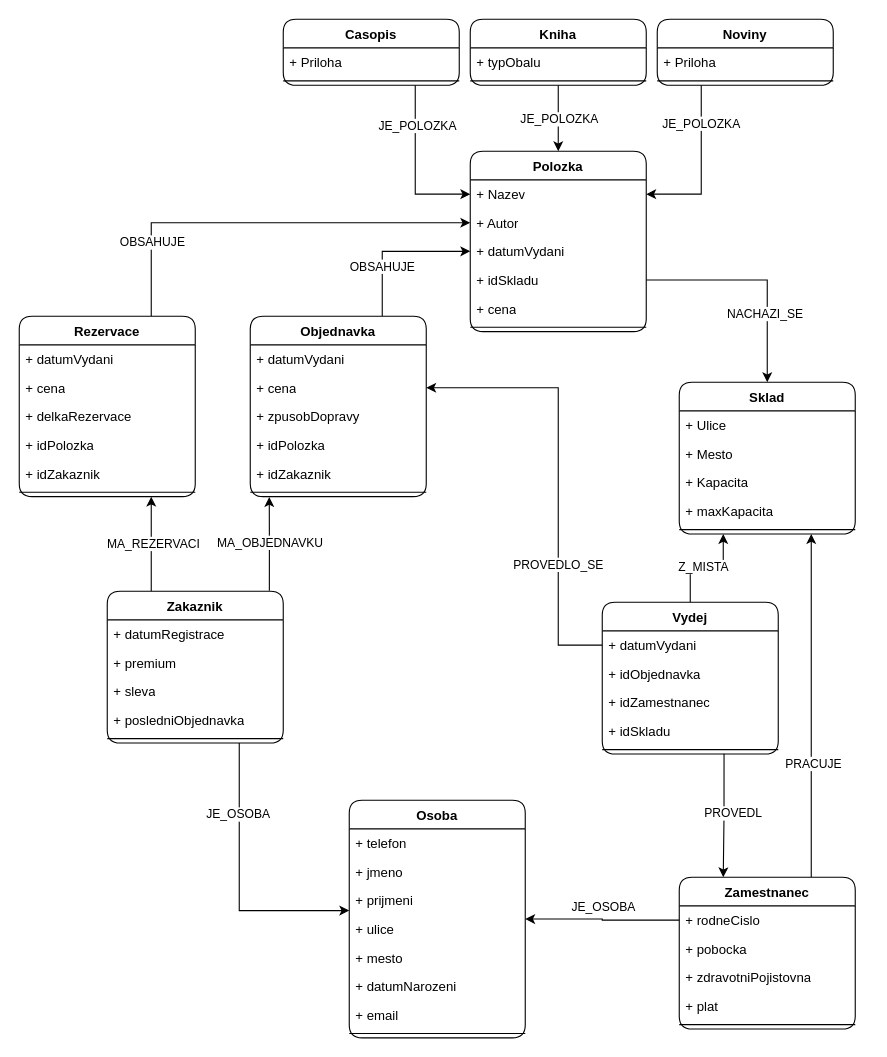
martez10/antikvariat keeps this draw.io diagram as antikvariat_graph.drawio. Above is the earlier version. Source tidied: cells renumbered, new cells numbered last; positions are measured from the earlier drawing's top-left corner, leaving out a move shared by most shapes. Both pictures are drawn from the tidied source at 110%, with x=0, y=0 at pixel (19, 19).
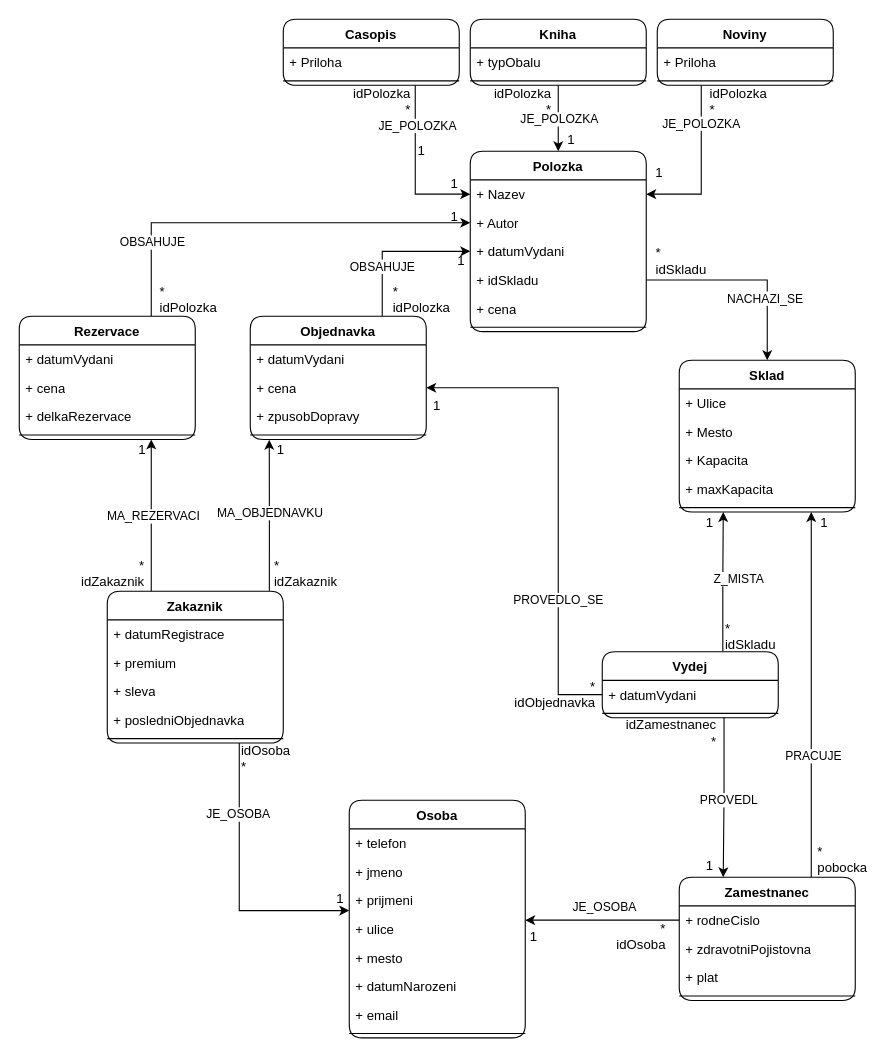
The same page after the edit.

Unchanged cells that the change refers to:
```xml
<mxCell id="2" value="Osoba" style="swimlane;fontStyle=1;align=center;verticalAlign=top;horizontal=1;startSize=26;whiteSpace=wrap;html=1;rounded=1;" parent="1" vertex="1">
  <mxGeometry x="300" y="710" width="160" height="216" as="geometry" />
</mxCell>
<mxCell id="28" value="+ cena" style="text;strokeColor=none;fillColor=none;align=left;verticalAlign=top;spacingLeft=4;spacingRight=4;overflow=hidden;points=[[0,0.5],[1,0.5]];portConstraint=eastwest;whiteSpace=wrap;html=1;" parent="26" vertex="1">
  <mxGeometry y="52" width="160" height="26" as="geometry" />
</mxCell>
<mxCell id="46" value="+ datumVydani" style="text;strokeColor=none;fillColor=none;align=left;verticalAlign=top;spacingLeft=4;spacingRight=4;overflow=hidden;points=[[0,0.5],[1,0.5]];portConstraint=eastwest;whiteSpace=wrap;html=1;" parent="45" vertex="1">
  <mxGeometry y="26" width="160" height="26" as="geometry" />
</mxCell>
```

Diff of the diagram source:
```diff
@@
     <mxCell id="18" value="Sklad" style="swimlane;fontStyle=1;align=center;verticalAlign=top;horizontal=1;startSize=26;whiteSpace=wrap;html=1;rounded=1;" parent="1" vertex="1">
-      <mxGeometry x="600" y="330" width="160" height="138" as="geometry" />
+      <mxGeometry x="600" y="310" width="160" height="138" as="geometry" />
     </mxCell>
@@
     <mxCell id="26" value="Objednavka" style="swimlane;fontStyle=1;align=center;verticalAlign=top;horizontal=1;startSize=26;whiteSpace=wrap;html=1;rounded=1;" parent="1" vertex="1">
-      <mxGeometry x="210" y="270" width="160" height="164" as="geometry" />
+      <mxGeometry x="210" y="270" width="160" height="112" as="geometry" />
     </mxCell>
@@
-    <mxCell id="30" value="+ idPolozka" style="text;strokeColor=none;fillColor=none;align=left;verticalAlign=top;spacingLeft=4;spacingRight=4;overflow=hidden;whiteSpace=wrap;html=1;" parent="26" vertex="1">
-      <mxGeometry y="104" width="160" height="26" as="geometry" />
-    </mxCell>
-    <mxCell id="31" value="+ idZakaznik" style="text;strokeColor=none;fillColor=none;align=left;verticalAlign=top;spacingLeft=4;spacingRight=4;overflow=hidden;whiteSpace=wrap;html=1;" parent="26" vertex="1">
-      <mxGeometry y="130" width="160" height="26" as="geometry" />
-    </mxCell>
     <mxCell id="32" style="line;strokeWidth=1;fillColor=none;align=left;verticalAlign=middle;spacingTop=-1;spacingLeft=3;spacingRight=3;labelPosition=right;points=[];portConstraint=eastwest;strokeColor=inherit;" parent="26" vertex="1">
-      <mxGeometry y="156" width="160" height="8" as="geometry" />
+      <mxGeometry y="104" width="160" height="8" as="geometry" />
     </mxCell>
@@
     <mxCell id="34" value="Rezervace" style="swimlane;fontStyle=1;align=center;verticalAlign=top;horizontal=1;startSize=26;whiteSpace=wrap;html=1;rounded=1;" parent="1" vertex="1">
-      <mxGeometry y="270" width="160" height="164" as="geometry" />
+      <mxGeometry y="270" width="160" height="112" as="geometry" />
     </mxCell>
@@
-    <mxCell id="38" value="+ idPolozka" style="text;strokeColor=none;fillColor=none;align=left;verticalAlign=top;spacingLeft=4;spacingRight=4;overflow=hidden;whiteSpace=wrap;html=1;" parent="34" vertex="1">
-      <mxGeometry y="104" width="160" height="26" as="geometry" />
-    </mxCell>
-    <mxCell id="39" value="+ idZakaznik" style="text;strokeColor=none;fillColor=none;align=left;verticalAlign=top;spacingLeft=4;spacingRight=4;overflow=hidden;whiteSpace=wrap;html=1;" parent="34" vertex="1">
-      <mxGeometry y="130" width="160" height="26" as="geometry" />
-    </mxCell>
     <mxCell id="40" style="line;strokeWidth=1;fillColor=none;align=left;verticalAlign=middle;spacingTop=-1;spacingLeft=3;spacingRight=3;labelPosition=right;strokeColor=inherit;" parent="34" vertex="1">
-      <mxGeometry y="156" width="160" height="8" as="geometry" />
+      <mxGeometry y="104" width="160" height="8" as="geometry" />
     </mxCell>
-    <mxCell id="41" style="edgeStyle=orthogonalEdgeStyle;rounded=0;jettySize=auto;html=1;exitX=0.5;exitY=0;exitDx=0;exitDy=0;entryX=0.25;entryY=1;entryDx=0;entryDy=0;" parent="1" edge="1" source="45" target="18">
+    <mxCell id="41" style="edgeStyle=orthogonalEdgeStyle;rounded=0;jettySize=auto;html=1;exitX=0.685;exitY=-0.008;exitDx=0;exitDy=0;entryX=0.25;entryY=1;entryDx=0;entryDy=0;exitPerimeter=0;" parent="1" edge="1" source="45" target="18">
       <mxGeometry relative="1" as="geometry" />
     </mxCell>
     <mxCell id="42" value="Z_MISTA" style="edgeLabel;html=1;align=center;verticalAlign=middle;" parent="41" vertex="1">
       <mxGeometry x="-0.08" y="1" relative="1" as="geometry">
-        <mxPoint y="-1" as="offset" />
+        <mxPoint x="15" y="-8" as="offset" />
       </mxGeometry>
     </mxCell>
@@
     <mxCell id="45" value="Vydej" style="swimlane;fontStyle=1;align=center;verticalAlign=top;horizontal=1;startSize=26;whiteSpace=wrap;html=1;rounded=1;" parent="1" vertex="1">
-      <mxGeometry x="530" y="530" width="160" height="138" as="geometry" />
+      <mxGeometry x="530" y="575" width="160" height="60" as="geometry" />
     </mxCell>
@@
-    <mxCell id="47" value="+ idObjednavka" style="text;strokeColor=none;fillColor=none;align=left;verticalAlign=top;spacingLeft=4;spacingRight=4;overflow=hidden;whiteSpace=wrap;html=1;" parent="45" vertex="1">
-      <mxGeometry y="52" width="160" height="26" as="geometry" />
-    </mxCell>
-    <mxCell id="48" value="+ idZamestnanec" style="text;strokeColor=none;fillColor=none;align=left;verticalAlign=top;spacingLeft=4;spacingRight=4;overflow=hidden;whiteSpace=wrap;html=1;" parent="45" vertex="1">
-      <mxGeometry y="78" width="160" height="26" as="geometry" />
-    </mxCell>
-    <mxCell id="49" value="+ idSkladu" style="text;strokeColor=none;fillColor=none;align=left;verticalAlign=top;spacingLeft=4;spacingRight=4;overflow=hidden;whiteSpace=wrap;html=1;" parent="45" vertex="1">
-      <mxGeometry y="104" width="160" height="26" as="geometry" />
-    </mxCell>
     <mxCell id="50" style="line;strokeWidth=1;fillColor=none;align=left;verticalAlign=middle;spacingTop=-1;spacingLeft=3;spacingRight=3;labelPosition=right;points=[];portConstraint=eastwest;strokeColor=inherit;" parent="45" vertex="1">
-      <mxGeometry y="130" width="160" height="8" as="geometry" />
+      <mxGeometry y="52" width="160" height="8" as="geometry" />
     </mxCell>
@@
     <mxCell id="63" value="Zamestnanec" style="swimlane;fontStyle=1;align=center;verticalAlign=top;horizontal=1;startSize=26;whiteSpace=wrap;html=1;rounded=1;" parent="1" vertex="1">
-      <mxGeometry x="600" y="780" width="160" height="138" as="geometry" />
+      <mxGeometry x="600" y="780" width="160" height="112" as="geometry" />
     </mxCell>
-    <mxCell id="64" value="+ rodneCislo" style="text;strokeColor=none;fillColor=none;align=left;verticalAlign=top;spacingLeft=4;spacingRight=4;overflow=hidden;points=[[0,0.5],[1,0.5]];portConstraint=eastwest;whiteSpace=wrap;html=1;" parent="63" vertex="1">
-      <mxGeometry y="26" width="160" height="26" as="geometry" />
-    </mxCell>
-    <mxCell id="65" value="+ pobocka" style="text;strokeColor=none;fillColor=none;align=left;verticalAlign=top;spacingLeft=4;spacingRight=4;overflow=hidden;points=[[0,0.5],[1,0.5]];portConstraint=eastwest;whiteSpace=wrap;html=1;" parent="63" vertex="1">
-      <mxGeometry y="52" width="160" height="26" as="geometry" />
+    <mxCell id="65" value="+ rodneCislo" style="text;strokeColor=none;fillColor=none;align=left;verticalAlign=top;spacingLeft=4;spacingRight=4;overflow=hidden;points=[[0,0.5],[1,0.5]];portConstraint=eastwest;whiteSpace=wrap;html=1;" parent="63" vertex="1">
+      <mxGeometry y="26" width="160" height="26" as="geometry" />
     </mxCell>
     <mxCell id="66" value="+ zdravotniPojistovna" style="text;strokeColor=none;fillColor=none;align=left;verticalAlign=top;spacingLeft=4;spacingRight=4;overflow=hidden;whiteSpace=wrap;html=1;" parent="63" vertex="1">
-      <mxGeometry y="78" width="160" height="26" as="geometry" />
+      <mxGeometry y="52" width="160" height="26" as="geometry" />
     </mxCell>
     <mxCell id="67" value="+ plat" style="text;strokeColor=none;fillColor=none;align=left;verticalAlign=top;spacingLeft=4;spacingRight=4;overflow=hidden;whiteSpace=wrap;html=1;" parent="63" vertex="1">
-      <mxGeometry y="104" width="160" height="26" as="geometry" />
+      <mxGeometry y="78" width="160" height="26" as="geometry" />
     </mxCell>
     <mxCell id="68" style="line;strokeWidth=1;fillColor=none;align=left;verticalAlign=middle;spacingTop=-1;spacingLeft=3;spacingRight=3;labelPosition=right;strokeColor=inherit;" parent="63" vertex="1">
-      <mxGeometry y="130" width="160" height="8" as="geometry" />
+      <mxGeometry y="104" width="160" height="8" as="geometry" />
     </mxCell>
@@
     <mxCell id="87" style="edgeStyle=orthogonalEdgeStyle;rounded=0;jettySize=auto;html=1;exitX=0;exitY=0.5;exitDx=0;exitDy=0;entryX=1;entryY=0.5;entryDx=0;entryDy=0;" parent="1" edge="1" source="46" target="28">
       <mxGeometry relative="1" as="geometry">
         <Array as="points">
-          <mxPoint x="490" y="569" />
+          <mxPoint x="490" y="614" />
           <mxPoint x="490" y="335" />
         </Array>
       </mxGeometry>
     </mxCell>
@@
-    <mxCell id="89" style="edgeStyle=orthogonalEdgeStyle;rounded=0;jettySize=auto;html=1;exitX=0;exitY=0.5;exitDx=0;exitDy=0;entryX=1;entryY=0.5;entryDx=0;entryDy=0;" parent="1" edge="1" source="64" target="2">
-      <mxGeometry relative="1" as="geometry" />
+    <mxCell id="89" style="edgeStyle=orthogonalEdgeStyle;rounded=0;jettySize=auto;html=1;exitX=0;exitY=0.5;exitDx=0;exitDy=0;" parent="1" edge="1" source="65">
+      <mxGeometry relative="1" as="geometry">
+        <mxPoint x="460" y="819" as="targetPoint" />
+      </mxGeometry>
     </mxCell>
@@
+    <mxCell id="93" value="1" style="text;html=1;strokeColor=none;fillColor=none;align=center;verticalAlign=middle;whiteSpace=wrap;rounded=0;" parent="1" vertex="1">
+      <mxGeometry x="358" y="110" width="16" height="20" as="geometry" />
+    </mxCell>
+    <mxCell id="94" value="1" style="text;html=1;strokeColor=none;fillColor=none;align=center;verticalAlign=middle;whiteSpace=wrap;rounded=0;" parent="1" vertex="1">
+      <mxGeometry x="230" y="382" width="16" height="20" as="geometry" />
+    </mxCell>
+    <mxCell id="95" value="1" style="text;html=1;strokeColor=none;fillColor=none;align=center;verticalAlign=middle;whiteSpace=wrap;rounded=0;" parent="1" vertex="1">
+      <mxGeometry x="104" y="382" width="16" height="20" as="geometry" />
+    </mxCell>
+    <mxCell id="96" value="*&lt;br&gt;idObjednavka" style="text;html=1;strokeColor=none;fillColor=none;align=right;verticalAlign=middle;whiteSpace=wrap;rounded=0;" parent="1" vertex="1">
+      <mxGeometry x="510" y="604" width="16" height="20" as="geometry" />
+    </mxCell>
+    <mxCell id="97" value="&lt;div style=&quot;text-align: left;&quot;&gt;&lt;span style=&quot;background-color: initial;&quot;&gt;*&amp;nbsp;&lt;/span&gt;&lt;/div&gt;idPolozka" style="text;html=1;strokeColor=none;fillColor=none;align=center;verticalAlign=middle;whiteSpace=wrap;rounded=0;" parent="1" vertex="1">
+      <mxGeometry x="348" y="240" width="36" height="30" as="geometry" />
+    </mxCell>
+    <mxCell id="98" value="1" style="text;html=1;strokeColor=none;fillColor=none;align=center;verticalAlign=middle;whiteSpace=wrap;rounded=0;" parent="1" vertex="1">
+      <mxGeometry x="394" y="210" width="16" height="20" as="geometry" />
+    </mxCell>
+    <mxCell id="99" value="idOsoba&lt;br&gt;*" style="text;html=1;strokeColor=none;fillColor=none;align=left;verticalAlign=middle;whiteSpace=wrap;rounded=0;" parent="1" vertex="1">
+      <mxGeometry x="200" y="658" width="16" height="28" as="geometry" />
+    </mxCell>
+    <mxCell id="100" value="*&lt;br&gt;idZakaznik" style="text;html=1;strokeColor=none;fillColor=none;align=right;verticalAlign=middle;whiteSpace=wrap;rounded=0;" parent="1" vertex="1">
+      <mxGeometry x="100" y="490" width="16" height="28" as="geometry" />
+    </mxCell>
+    <mxCell id="101" value="1" style="text;html=1;strokeColor=none;fillColor=none;align=center;verticalAlign=middle;whiteSpace=wrap;rounded=0;" parent="1" vertex="1">
+      <mxGeometry x="372" y="338" width="16" height="28" as="geometry" />
+    </mxCell>
+    <mxCell id="102" value="1" style="text;html=1;strokeColor=none;fillColor=none;align=center;verticalAlign=middle;whiteSpace=wrap;rounded=0;" parent="1" vertex="1">
+      <mxGeometry x="620" y="448" width="16" height="20" as="geometry" />
+    </mxCell>
+    <mxCell id="103" value="1" style="text;html=1;strokeColor=none;fillColor=none;align=center;verticalAlign=middle;whiteSpace=wrap;rounded=0;" parent="1" vertex="1">
+      <mxGeometry x="724" y="448" width="16" height="20" as="geometry" />
+    </mxCell>
+    <mxCell id="104" value="*&lt;br&gt;idSkladu" style="text;html=1;strokeColor=none;fillColor=none;align=left;verticalAlign=middle;whiteSpace=wrap;rounded=0;" parent="1" vertex="1">
+      <mxGeometry x="640" y="547" width="16" height="28" as="geometry" />
+    </mxCell>
+    <mxCell id="105" value="*&lt;br&gt;idOsoba" style="text;html=1;strokeColor=none;fillColor=none;align=right;verticalAlign=middle;whiteSpace=wrap;rounded=0;" parent="1" vertex="1">
+      <mxGeometry x="580" y="820" width="10" height="28" as="geometry" />
+    </mxCell>
+    <mxCell id="106" value="1" style="text;html=1;strokeColor=none;fillColor=none;align=center;verticalAlign=middle;whiteSpace=wrap;rounded=0;" parent="1" vertex="1">
+      <mxGeometry x="460" y="824" width="16" height="20" as="geometry" />
+    </mxCell>
+    <mxCell id="107" value="1" style="text;html=1;strokeColor=none;fillColor=none;align=center;verticalAlign=middle;whiteSpace=wrap;rounded=0;" parent="1" vertex="1">
+      <mxGeometry x="620" y="760" width="16" height="20" as="geometry" />
+    </mxCell>
+    <mxCell id="108" value="idZamestnanec&lt;br&gt;*" style="text;html=1;strokeColor=none;fillColor=none;align=right;verticalAlign=middle;whiteSpace=wrap;rounded=0;" parent="1" vertex="1">
+      <mxGeometry x="620" y="635" width="16" height="28" as="geometry" />
+    </mxCell>
+    <mxCell id="109" value="*&lt;br&gt;pobocka" style="text;html=1;strokeColor=none;fillColor=none;align=left;verticalAlign=middle;whiteSpace=wrap;rounded=0;" parent="1" vertex="1">
+      <mxGeometry x="724" y="750" width="16" height="28" as="geometry" />
+    </mxCell>
+    <mxCell id="110" value="1" style="text;html=1;strokeColor=none;fillColor=none;align=center;verticalAlign=middle;whiteSpace=wrap;rounded=0;" parent="1" vertex="1">
+      <mxGeometry x="284" y="790" width="16" height="20" as="geometry" />
+    </mxCell>
+    <mxCell id="111" value="1" style="text;html=1;strokeColor=none;fillColor=none;align=center;verticalAlign=middle;whiteSpace=wrap;rounded=0;" parent="1" vertex="1">
+      <mxGeometry x="388" y="170" width="16" height="20" as="geometry" />
+    </mxCell>
+    <mxCell id="112" value="&lt;div style=&quot;text-align: left;&quot;&gt;&lt;span style=&quot;background-color: initial;&quot;&gt;*&amp;nbsp;&lt;/span&gt;&lt;/div&gt;idPolozka" style="text;html=1;strokeColor=none;fillColor=none;align=center;verticalAlign=middle;whiteSpace=wrap;rounded=0;" parent="1" vertex="1">
+      <mxGeometry x="136" y="240" width="36" height="30" as="geometry" />
+    </mxCell>
+    <mxCell id="113" value="&lt;div style=&quot;text-align: left;&quot;&gt;&lt;span style=&quot;background-color: initial;&quot;&gt;*&amp;nbsp;&lt;/span&gt;&lt;/div&gt;idSkladu" style="text;html=1;strokeColor=none;fillColor=none;align=center;verticalAlign=middle;whiteSpace=wrap;rounded=0;" parent="1" vertex="1">
+      <mxGeometry x="584" y="205" width="36" height="30" as="geometry" />
+    </mxCell>
+    <mxCell id="114" value="&lt;div style=&quot;text-align: left;&quot;&gt;&lt;/div&gt;&lt;div style=&quot;text-align: right;&quot;&gt;&lt;span style=&quot;background-color: initial;&quot;&gt;idPolozka&lt;/span&gt;&lt;/div&gt;&lt;div style=&quot;text-align: right;&quot;&gt;&lt;span style=&quot;background-color: initial;&quot;&gt;*&lt;/span&gt;&lt;/div&gt;" style="text;html=1;strokeColor=none;fillColor=none;align=center;verticalAlign=middle;whiteSpace=wrap;rounded=0;" parent="1" vertex="1">
+      <mxGeometry x="312" y="60" width="36" height="30" as="geometry" />
+    </mxCell>
+    <mxCell id="115" value="&lt;div style=&quot;text-align: left;&quot;&gt;&lt;/div&gt;&lt;div style=&quot;text-align: right;&quot;&gt;&lt;span style=&quot;background-color: initial;&quot;&gt;idPolozka&lt;/span&gt;&lt;/div&gt;&lt;div style=&quot;text-align: right;&quot;&gt;&lt;span style=&quot;background-color: initial;&quot;&gt;*&lt;/span&gt;&lt;/div&gt;" style="text;html=1;strokeColor=none;fillColor=none;align=center;verticalAlign=middle;whiteSpace=wrap;rounded=0;" parent="1" vertex="1">
+      <mxGeometry x="440" y="60" width="36" height="30" as="geometry" />
+    </mxCell>
+    <mxCell id="116" value="&lt;div style=&quot;text-align: left;&quot;&gt;&lt;/div&gt;&lt;div style=&quot;text-align: left;&quot;&gt;&lt;span style=&quot;background-color: initial;&quot;&gt;idPolozka&lt;/span&gt;&lt;/div&gt;&lt;div style=&quot;text-align: left;&quot;&gt;&lt;span style=&quot;background-color: initial;&quot;&gt;*&lt;/span&gt;&lt;/div&gt;" style="text;html=1;strokeColor=none;fillColor=none;align=center;verticalAlign=middle;whiteSpace=wrap;rounded=0;" parent="1" vertex="1">
+      <mxGeometry x="636" y="60" width="36" height="30" as="geometry" />
+    </mxCell>
+    <mxCell id="117" value="1" style="text;html=1;strokeColor=none;fillColor=none;align=center;verticalAlign=middle;whiteSpace=wrap;rounded=0;" parent="1" vertex="1">
+      <mxGeometry x="574" y="130" width="16" height="20" as="geometry" />
+    </mxCell>
+    <mxCell id="118" value="1" style="text;html=1;strokeColor=none;fillColor=none;align=center;verticalAlign=middle;whiteSpace=wrap;rounded=0;" parent="1" vertex="1">
+      <mxGeometry x="494" y="100" width="16" height="20" as="geometry" />
+    </mxCell>
+    <mxCell id="119" value="1" style="text;html=1;strokeColor=none;fillColor=none;align=center;verticalAlign=middle;whiteSpace=wrap;rounded=0;" parent="1" vertex="1">
+      <mxGeometry x="388" y="140" width="16" height="20" as="geometry" />
+    </mxCell>
+    <mxCell id="120" value="*&lt;br&gt;idZakaznik" style="text;html=1;strokeColor=none;fillColor=none;align=left;verticalAlign=middle;whiteSpace=wrap;rounded=0;" parent="1" vertex="1">
+      <mxGeometry x="230" y="489" width="60" height="30" as="geometry" />
+    </mxCell>
```
